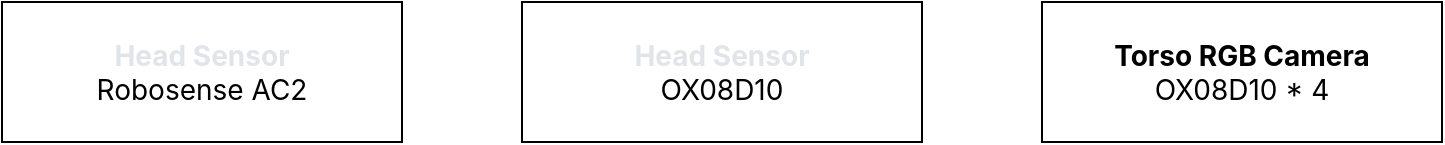
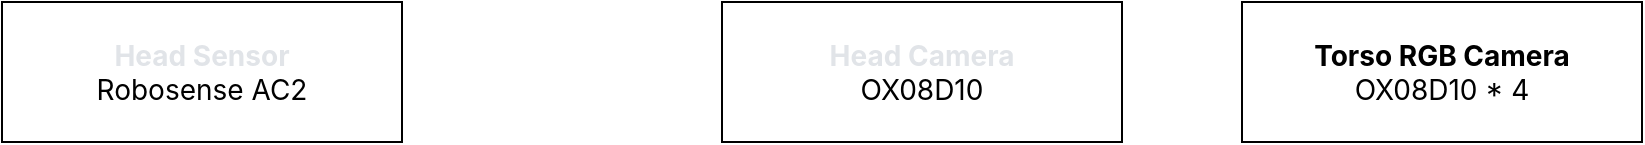
<mxfile host="app.diagrams.net">
  <diagram name="第 1 页" id="LXRXHt9DRMbfsnbOX2XS">
    <mxGraphModel dx="1947" dy="734" grid="1" gridSize="10" guides="1" tooltips="1" connect="1" arrows="1" fold="1" page="1" pageScale="1" pageWidth="827" pageHeight="1169" math="0" shadow="0">
      <root>
        <mxCell id="0" />
        <mxCell id="1" parent="0" />
        <mxCell id="if_Ictj8y_H9tt94Ulmm-2" parent="1" style="rounded=0;whiteSpace=wrap;html=1;" value="&lt;div&gt;&lt;span style=&quot;font-family: -apple-system, BlinkMacSystemFont, &amp;quot;Segoe WPC&amp;quot;, &amp;quot;Segoe UI&amp;quot;, system-ui, Ubuntu, &amp;quot;Droid Sans&amp;quot;, sans-serif; font-size: 14px; text-align: start;&quot;&gt;&lt;font style=&quot;color: light-dark(rgb(225, 228, 232), rgb(255, 255, 255));&quot;&gt;&lt;b&gt;Head Sensor&lt;/b&gt;&lt;/font&gt;&lt;/span&gt;&lt;/div&gt;&lt;div&gt;&lt;span style=&quot;font-family: -apple-system, BlinkMacSystemFont, &amp;quot;Segoe WPC&amp;quot;, &amp;quot;Segoe UI&amp;quot;, system-ui, Ubuntu, &amp;quot;Droid Sans&amp;quot;, sans-serif; font-size: 14px; text-align: start;&quot;&gt;Robosense AC2&lt;/span&gt;&lt;/div&gt;" vertex="1">
-           <mxGeometry height="70" width="200" x="-30" y="210" as="geometry" />
+           <mxGeometry height="70" width="200" x="-130" y="210" as="geometry" />
        </mxCell>
        <mxCell id="if_Ictj8y_H9tt94Ulmm-3" parent="1" style="rounded=0;whiteSpace=wrap;html=1;align=center;" value="&lt;div style=&quot;&quot;&gt;&lt;span style=&quot;font-family: -apple-system, BlinkMacSystemFont, &amp;quot;Segoe WPC&amp;quot;, &amp;quot;Segoe UI&amp;quot;, system-ui, Ubuntu, &amp;quot;Droid Sans&amp;quot;, sans-serif; font-size: 14px;&quot;&gt;&lt;b&gt;Torso RGB Camera&lt;/b&gt;&lt;/span&gt;&lt;span style=&quot;background-color: transparent; color: light-dark(rgb(0, 0, 0), rgb(255, 255, 255)); font-size: 14px;&quot;&gt;&lt;font face=&quot;-apple-system, BlinkMacSystemFont, Segoe WPC, Segoe UI, system-ui, Ubuntu, Droid Sans, sans-serif&quot;&gt;&lt;/font&gt;&lt;/span&gt;&lt;/div&gt;&lt;div style=&quot;&quot;&gt;&lt;span style=&quot;background-color: transparent; color: light-dark(rgb(0, 0, 0), rgb(255, 255, 255)); font-size: 14px;&quot;&gt;&lt;font face=&quot;-apple-system, BlinkMacSystemFont, Segoe WPC, Segoe UI, system-ui, Ubuntu, Droid Sans, sans-serif&quot;&gt;OX08D10 * 4&lt;/font&gt;&lt;/span&gt;&lt;/div&gt;" vertex="1">
          <mxGeometry height="70" width="200" x="490" y="210" as="geometry" />
        </mxCell>
-         <mxCell id="0J0jtPP8bCpQZUBdG7A1-1" parent="1" style="rounded=0;whiteSpace=wrap;html=1;" value="&lt;div&gt;&lt;span style=&quot;font-family: -apple-system, BlinkMacSystemFont, &amp;quot;Segoe WPC&amp;quot;, &amp;quot;Segoe UI&amp;quot;, system-ui, Ubuntu, &amp;quot;Droid Sans&amp;quot;, sans-serif; font-size: 14px; text-align: start;&quot;&gt;&lt;font style=&quot;color: light-dark(rgb(225, 228, 232), rgb(255, 255, 255));&quot;&gt;&lt;b&gt;Head Sensor&lt;/b&gt;&lt;/font&gt;&lt;/span&gt;&lt;/div&gt;&lt;div&gt;&lt;span style=&quot;font-family: -apple-system, BlinkMacSystemFont, &amp;quot;Segoe WPC&amp;quot;, &amp;quot;Segoe UI&amp;quot;, system-ui, Ubuntu, &amp;quot;Droid Sans&amp;quot;, sans-serif; font-size: 14px; text-align: start;&quot;&gt;OX08D10&lt;/span&gt;&lt;/div&gt;" vertex="1">
+         <mxCell id="0J0jtPP8bCpQZUBdG7A1-1" parent="1" style="rounded=0;whiteSpace=wrap;html=1;" value="&lt;div&gt;&lt;span style=&quot;font-family: -apple-system, BlinkMacSystemFont, &amp;quot;Segoe WPC&amp;quot;, &amp;quot;Segoe UI&amp;quot;, system-ui, Ubuntu, &amp;quot;Droid Sans&amp;quot;, sans-serif; font-size: 14px; text-align: start;&quot;&gt;&lt;font style=&quot;color: light-dark(rgb(225, 228, 232), rgb(255, 255, 255));&quot;&gt;&lt;b&gt;Head Camera&lt;/b&gt;&lt;/font&gt;&lt;/span&gt;&lt;/div&gt;&lt;div&gt;&lt;span style=&quot;font-family: -apple-system, BlinkMacSystemFont, &amp;quot;Segoe WPC&amp;quot;, &amp;quot;Segoe UI&amp;quot;, system-ui, Ubuntu, &amp;quot;Droid Sans&amp;quot;, sans-serif; font-size: 14px; text-align: start;&quot;&gt;OX08D10&lt;/span&gt;&lt;/div&gt;" vertex="1">
          <mxGeometry height="70" width="200" x="230" y="210" as="geometry" />
        </mxCell>
      </root>
    </mxGraphModel>
  </diagram>
</mxfile>
